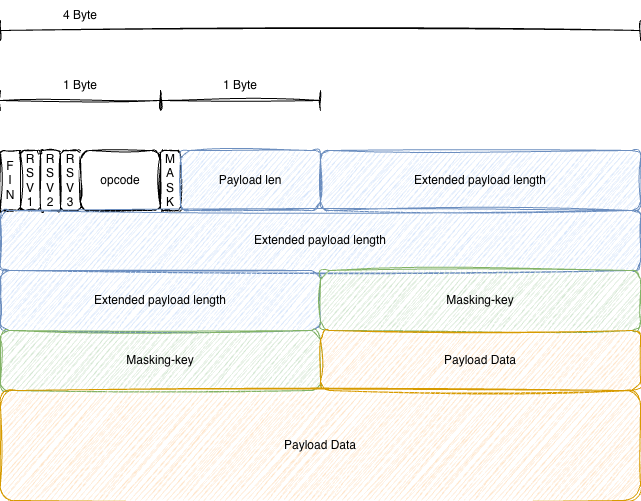
Earlier version of the draw.io export source/_posts/WSIntro/ws_frame_intro.png (theo1893/theo1893.github.io). Source tidied: cells renumbered, new cells last; positions are measured from the earlier drawing's top-left corner, leaving out a move shared by most shapes.
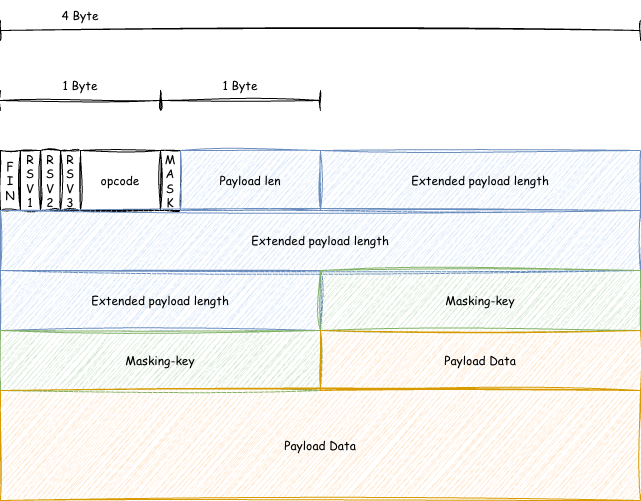
The same diagram one commit later.

The edit, as a diff of the source:
```diff
@@ -2,64 +2,64 @@
   <root>
     <mxCell id="0" />
     <mxCell id="1" parent="0" />
-    <mxCell id="2" value="F&lt;div&gt;I&lt;/div&gt;&lt;div&gt;N&lt;/div&gt;" style="rounded=1;whiteSpace=wrap;html=1;sketch=1;curveFitting=1;jiggle=2;" parent="1" vertex="1">
+    <mxCell id="2" value="F&lt;div&gt;I&lt;/div&gt;&lt;div&gt;N&lt;/div&gt;" style="rounded=0;whiteSpace=wrap;html=1;sketch=1;curveFitting=1;jiggle=2;fontFamily=Comic Sans MS;" parent="1" vertex="1">
       <mxGeometry y="150" width="20" height="60" as="geometry" />
     </mxCell>
-    <mxCell id="3" value="R&lt;div&gt;S&lt;/div&gt;&lt;div&gt;V&lt;/div&gt;&lt;div&gt;1&lt;/div&gt;" style="rounded=1;whiteSpace=wrap;html=1;sketch=1;curveFitting=1;jiggle=2;" parent="1" vertex="1">
+    <mxCell id="3" value="R&lt;div&gt;S&lt;/div&gt;&lt;div&gt;V&lt;/div&gt;&lt;div&gt;1&lt;/div&gt;" style="rounded=0;whiteSpace=wrap;html=1;sketch=1;curveFitting=1;jiggle=2;fontFamily=Comic Sans MS;" parent="1" vertex="1">
       <mxGeometry x="20" y="150" width="20" height="60" as="geometry" />
     </mxCell>
-    <mxCell id="4" value="R&lt;div&gt;S&lt;/div&gt;&lt;div&gt;V&lt;/div&gt;&lt;div&gt;2&lt;/div&gt;" style="rounded=1;whiteSpace=wrap;html=1;sketch=1;curveFitting=1;jiggle=2;" parent="1" vertex="1">
+    <mxCell id="4" value="R&lt;div&gt;S&lt;/div&gt;&lt;div&gt;V&lt;/div&gt;&lt;div&gt;2&lt;/div&gt;" style="rounded=0;whiteSpace=wrap;html=1;sketch=1;curveFitting=1;jiggle=2;fontFamily=Comic Sans MS;" parent="1" vertex="1">
       <mxGeometry x="40" y="150" width="20" height="60" as="geometry" />
     </mxCell>
-    <mxCell id="5" value="R&lt;div&gt;S&lt;/div&gt;&lt;div&gt;V&lt;/div&gt;&lt;div&gt;3&lt;/div&gt;" style="rounded=1;whiteSpace=wrap;html=1;sketch=1;curveFitting=1;jiggle=2;" parent="1" vertex="1">
+    <mxCell id="5" value="R&lt;div&gt;S&lt;/div&gt;&lt;div&gt;V&lt;/div&gt;&lt;div&gt;3&lt;/div&gt;" style="rounded=0;whiteSpace=wrap;html=1;sketch=1;curveFitting=1;jiggle=2;fontFamily=Comic Sans MS;" parent="1" vertex="1">
       <mxGeometry x="60" y="150" width="20" height="60" as="geometry" />
     </mxCell>
-    <mxCell id="6" value="opcode" style="rounded=1;whiteSpace=wrap;html=1;sketch=1;curveFitting=1;jiggle=2;" parent="1" vertex="1">
+    <mxCell id="6" value="opcode" style="rounded=0;whiteSpace=wrap;html=1;sketch=1;curveFitting=1;jiggle=2;fontFamily=Comic Sans MS;" parent="1" vertex="1">
       <mxGeometry x="80" y="150" width="80" height="60" as="geometry" />
     </mxCell>
-    <mxCell id="7" value="M&lt;div&gt;A&lt;/div&gt;&lt;div&gt;S&lt;/div&gt;&lt;div&gt;K&lt;/div&gt;" style="rounded=1;whiteSpace=wrap;html=1;sketch=1;curveFitting=1;jiggle=2;" parent="1" vertex="1">
+    <mxCell id="7" value="M&lt;div&gt;A&lt;/div&gt;&lt;div&gt;S&lt;/div&gt;&lt;div&gt;K&lt;/div&gt;" style="rounded=0;whiteSpace=wrap;html=1;sketch=1;curveFitting=1;jiggle=2;fontFamily=Comic Sans MS;" parent="1" vertex="1">
       <mxGeometry x="160" y="150" width="20" height="60" as="geometry" />
     </mxCell>
-    <mxCell id="8" value="Payload len" style="rounded=1;whiteSpace=wrap;html=1;sketch=1;curveFitting=1;jiggle=2;fillColor=#dae8fc;strokeColor=#6c8ebf;" parent="1" vertex="1">
+    <mxCell id="8" value="Payload len" style="rounded=0;whiteSpace=wrap;html=1;sketch=1;curveFitting=1;jiggle=2;fillColor=#dae8fc;strokeColor=#6c8ebf;fontFamily=Comic Sans MS;" parent="1" vertex="1">
       <mxGeometry x="180" y="150" width="140" height="60" as="geometry" />
     </mxCell>
-    <mxCell id="9" value="Extended payload length" style="rounded=1;whiteSpace=wrap;html=1;sketch=1;curveFitting=1;jiggle=2;fillColor=#dae8fc;strokeColor=#6c8ebf;" parent="1" vertex="1">
+    <mxCell id="9" value="Extended payload length" style="rounded=0;whiteSpace=wrap;html=1;sketch=1;curveFitting=1;jiggle=2;fillColor=#dae8fc;strokeColor=#6c8ebf;fontFamily=Comic Sans MS;" parent="1" vertex="1">
       <mxGeometry x="320" y="150" width="320" height="60" as="geometry" />
     </mxCell>
-    <mxCell id="10" value="Extended payload length" style="rounded=1;whiteSpace=wrap;html=1;sketch=1;curveFitting=1;jiggle=2;fillColor=#dae8fc;strokeColor=#6c8ebf;" parent="1" vertex="1">
+    <mxCell id="10" value="Extended payload length" style="rounded=0;whiteSpace=wrap;html=1;sketch=1;curveFitting=1;jiggle=2;fillColor=#dae8fc;strokeColor=#6c8ebf;fontFamily=Comic Sans MS;" parent="1" vertex="1">
       <mxGeometry y="210" width="640" height="60" as="geometry" />
     </mxCell>
-    <mxCell id="11" value="Extended payload length" style="rounded=1;whiteSpace=wrap;html=1;sketch=1;curveFitting=1;jiggle=2;fillColor=#dae8fc;strokeColor=#6c8ebf;" parent="1" vertex="1">
+    <mxCell id="11" value="Extended payload length" style="rounded=0;whiteSpace=wrap;html=1;sketch=1;curveFitting=1;jiggle=2;fillColor=#dae8fc;strokeColor=#6c8ebf;fontFamily=Comic Sans MS;" parent="1" vertex="1">
       <mxGeometry y="270" width="320" height="60" as="geometry" />
     </mxCell>
-    <mxCell id="12" value="Masking-key" style="rounded=1;whiteSpace=wrap;html=1;sketch=1;curveFitting=1;jiggle=2;fillColor=#d5e8d4;strokeColor=#82b366;" parent="1" vertex="1">
+    <mxCell id="12" value="Masking-key" style="rounded=0;whiteSpace=wrap;html=1;sketch=1;curveFitting=1;jiggle=2;fillColor=#d5e8d4;strokeColor=#82b366;fontFamily=Comic Sans MS;" parent="1" vertex="1">
       <mxGeometry x="320" y="270" width="320" height="60" as="geometry" />
     </mxCell>
-    <mxCell id="13" value="Masking-key" style="rounded=1;whiteSpace=wrap;html=1;sketch=1;curveFitting=1;jiggle=2;fillColor=#d5e8d4;strokeColor=#82b366;" parent="1" vertex="1">
+    <mxCell id="13" value="Masking-key" style="rounded=0;whiteSpace=wrap;html=1;sketch=1;curveFitting=1;jiggle=2;fillColor=#d5e8d4;strokeColor=#82b366;fontFamily=Comic Sans MS;" parent="1" vertex="1">
       <mxGeometry y="330" width="320" height="60" as="geometry" />
     </mxCell>
-    <mxCell id="14" value="Payload Data" style="rounded=1;whiteSpace=wrap;html=1;sketch=1;curveFitting=1;jiggle=2;fillColor=#ffe6cc;strokeColor=#d79b00;" parent="1" vertex="1">
+    <mxCell id="14" value="Payload Data" style="rounded=0;whiteSpace=wrap;html=1;sketch=1;curveFitting=1;jiggle=2;fillColor=#ffe6cc;strokeColor=#d79b00;fontFamily=Comic Sans MS;" parent="1" vertex="1">
       <mxGeometry x="320" y="330" width="320" height="60" as="geometry" />
     </mxCell>
-    <mxCell id="15" value="Payload Data" style="rounded=1;whiteSpace=wrap;html=1;sketch=1;curveFitting=1;jiggle=2;fillColor=#ffe6cc;strokeColor=#d79b00;" parent="1" vertex="1">
+    <mxCell id="15" value="Payload Data" style="rounded=0;whiteSpace=wrap;html=1;sketch=1;curveFitting=1;jiggle=2;fillColor=#ffe6cc;strokeColor=#d79b00;fontFamily=Comic Sans MS;" parent="1" vertex="1">
       <mxGeometry y="390" width="640" height="110" as="geometry" />
     </mxCell>
-    <mxCell id="16" style="shape=crossbar;whiteSpace=wrap;html=1;rounded=1;sketch=1;jiggle=2;curveFitting=1;strokeColor=default;align=center;verticalAlign=middle;fontFamily=Helvetica;fontSize=12;fontColor=default;fillColor=default;" parent="1" vertex="1">
+    <mxCell id="16" style="shape=crossbar;whiteSpace=wrap;html=1;rounded=1;sketch=1;jiggle=2;curveFitting=1;strokeColor=default;align=center;verticalAlign=middle;fontFamily=Comic Sans MS;fontSize=12;fontColor=default;fillColor=default;" parent="1" vertex="1">
       <mxGeometry y="90" width="160" height="20" as="geometry" />
     </mxCell>
-    <mxCell id="17" value="1 Byte" style="text;html=1;whiteSpace=wrap;strokeColor=none;fillColor=none;align=center;verticalAlign=middle;rounded=0;fontFamily=Helvetica;fontSize=12;fontColor=default;" parent="1" vertex="1">
+    <mxCell id="17" value="1 Byte" style="text;html=1;whiteSpace=wrap;strokeColor=none;fillColor=none;align=center;verticalAlign=middle;rounded=0;fontFamily=Comic Sans MS;fontSize=12;fontColor=default;" parent="1" vertex="1">
       <mxGeometry x="50" y="70" width="60" height="30" as="geometry" />
     </mxCell>
-    <mxCell id="18" style="shape=crossbar;whiteSpace=wrap;html=1;rounded=1;sketch=1;jiggle=2;curveFitting=1;strokeColor=default;align=center;verticalAlign=middle;fontFamily=Helvetica;fontSize=12;fontColor=default;fillColor=default;" parent="1" vertex="1">
+    <mxCell id="18" style="shape=crossbar;whiteSpace=wrap;html=1;rounded=1;sketch=1;jiggle=2;curveFitting=1;strokeColor=default;align=center;verticalAlign=middle;fontFamily=Comic Sans MS;fontSize=12;fontColor=default;fillColor=default;" parent="1" vertex="1">
       <mxGeometry x="160" y="90" width="160" height="20" as="geometry" />
     </mxCell>
-    <mxCell id="19" value="1 Byte" style="text;html=1;whiteSpace=wrap;strokeColor=none;fillColor=none;align=center;verticalAlign=middle;rounded=0;fontFamily=Helvetica;fontSize=12;fontColor=default;" parent="1" vertex="1">
+    <mxCell id="19" value="1 Byte" style="text;html=1;whiteSpace=wrap;strokeColor=none;fillColor=none;align=center;verticalAlign=middle;rounded=0;fontFamily=Comic Sans MS;fontSize=12;fontColor=default;" parent="1" vertex="1">
       <mxGeometry x="210" y="70" width="60" height="30" as="geometry" />
     </mxCell>
-    <mxCell id="20" style="shape=crossbar;whiteSpace=wrap;html=1;rounded=1;sketch=1;jiggle=2;curveFitting=1;strokeColor=default;align=center;verticalAlign=middle;fontFamily=Helvetica;fontSize=12;fontColor=default;fillColor=default;" parent="1" vertex="1">
+    <mxCell id="20" style="shape=crossbar;whiteSpace=wrap;html=1;rounded=1;sketch=1;jiggle=2;curveFitting=1;strokeColor=default;align=center;verticalAlign=middle;fontFamily=Comic Sans MS;fontSize=12;fontColor=default;fillColor=default;" parent="1" vertex="1">
       <mxGeometry y="20" width="640" height="20" as="geometry" />
     </mxCell>
-    <mxCell id="21" value="4 Byte" style="text;html=1;whiteSpace=wrap;strokeColor=none;fillColor=none;align=center;verticalAlign=middle;rounded=0;fontFamily=Helvetica;fontSize=12;fontColor=default;" parent="1" vertex="1">
+    <mxCell id="21" value="4 Byte" style="text;html=1;whiteSpace=wrap;strokeColor=none;fillColor=none;align=center;verticalAlign=middle;rounded=0;fontFamily=Comic Sans MS;fontSize=12;fontColor=default;" parent="1" vertex="1">
       <mxGeometry x="50" width="60" height="30" as="geometry" />
     </mxCell>
   </root>
```
